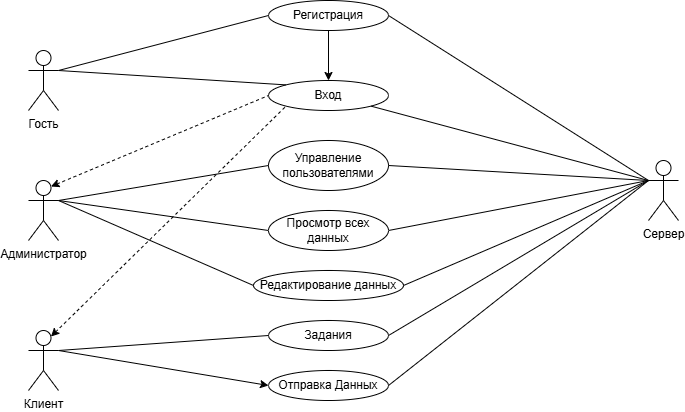
The draw.io diagram UseCase.drawio.png in anasteish6a/Cipher, before a commit. Source tidied: cells renumbered, new cells last; positions are measured from the earlier drawing's top-left corner, leaving out a move shared by most shapes. Source of this version:
```xml
<mxGraphModel>
  <root>
    <mxCell id="0" />
    <mxCell id="1" parent="0" />
    <mxCell id="2" value="Гость" style="shape=umlActor;verticalLabelPosition=bottom;verticalAlign=top;html=1;outlineConnect=0;" parent="1" vertex="1">
      <mxGeometry y="50" width="30" height="60" as="geometry" />
    </mxCell>
    <mxCell id="3" value="Администратор" style="shape=umlActor;verticalLabelPosition=bottom;verticalAlign=top;html=1;outlineConnect=0;" parent="1" vertex="1">
      <mxGeometry y="180" width="30" height="60" as="geometry" />
    </mxCell>
    <mxCell id="4" value="Сервер" style="shape=umlActor;verticalLabelPosition=bottom;verticalAlign=top;html=1;outlineConnect=0;" parent="1" vertex="1">
      <mxGeometry x="620" y="160" width="30" height="60" as="geometry" />
    </mxCell>
    <mxCell id="5" value="Регистрация" style="ellipse;whiteSpace=wrap;html=1;" parent="1" vertex="1">
      <mxGeometry x="240" width="120" height="30" as="geometry" />
    </mxCell>
    <mxCell id="6" value="Отправка Данных" style="ellipse;whiteSpace=wrap;html=1;" parent="1" vertex="1">
      <mxGeometry x="240" y="370" width="120" height="30" as="geometry" />
    </mxCell>
    <mxCell id="7" value="Задания" style="ellipse;whiteSpace=wrap;html=1;" parent="1" vertex="1">
      <mxGeometry x="240" y="320" width="120" height="30" as="geometry" />
    </mxCell>
    <mxCell id="8" value="Редактирование данных" style="ellipse;whiteSpace=wrap;html=1;" parent="1" vertex="1">
      <mxGeometry x="225" y="270" width="150" height="30" as="geometry" />
    </mxCell>
    <mxCell id="9" value="Управление пользователями" style="ellipse;whiteSpace=wrap;html=1;" parent="1" vertex="1">
      <mxGeometry x="240" y="140" width="120" height="50" as="geometry" />
    </mxCell>
    <mxCell id="10" value="Просмотр всех данных" style="ellipse;whiteSpace=wrap;html=1;" parent="1" vertex="1">
      <mxGeometry x="240" y="210" width="120" height="40" as="geometry" />
    </mxCell>
    <mxCell id="11" style="endArrow=none;html=1;rounded=0;exitX=1;exitY=0.3333333333333333;exitDx=0;exitDy=0;exitPerimeter=0;entryX=0;entryY=0.5;entryDx=0;entryDy=0;" parent="1" edge="1" source="2" target="5">
      <mxGeometry relative="1" as="geometry" />
    </mxCell>
    <mxCell id="12" value="Вход" style="ellipse;whiteSpace=wrap;html=1;" parent="1" vertex="1">
      <mxGeometry x="240" y="80" width="120" height="30" as="geometry" />
    </mxCell>
    <mxCell id="13" value="Клиент" style="shape=umlActor;verticalLabelPosition=bottom;verticalAlign=top;html=1;outlineConnect=0;" parent="1" vertex="1">
      <mxGeometry y="330" width="30" height="60" as="geometry" />
    </mxCell>
    <mxCell id="14" style="endArrow=classic;html=1;rounded=0;exitX=0.5;exitY=1;exitDx=0;exitDy=0;entryX=0.5;entryY=0;entryDx=0;entryDy=0;" parent="1" edge="1" source="5" target="12">
      <mxGeometry relative="1" as="geometry" />
    </mxCell>
    <mxCell id="15" style="endArrow=none;html=1;rounded=0;entryX=1;entryY=0.5;entryDx=0;entryDy=0;exitX=0;exitY=0.3333333333333333;exitDx=0;exitDy=0;exitPerimeter=0;" parent="1" edge="1" source="4" target="5">
      <mxGeometry relative="1" as="geometry" />
    </mxCell>
    <mxCell id="16" style="endArrow=none;html=1;rounded=0;entryX=1;entryY=1;entryDx=0;entryDy=0;" parent="1" edge="1" target="12">
      <mxGeometry relative="1" as="geometry">
        <mxPoint x="620" y="180" as="sourcePoint" />
      </mxGeometry>
    </mxCell>
    <mxCell id="17" style="endArrow=none;html=1;rounded=0;entryX=1;entryY=0.5;entryDx=0;entryDy=0;" parent="1" edge="1" target="9">
      <mxGeometry relative="1" as="geometry">
        <mxPoint x="620" y="180" as="sourcePoint" />
      </mxGeometry>
    </mxCell>
    <mxCell id="18" style="endArrow=none;html=1;rounded=0;entryX=1;entryY=0.5;entryDx=0;entryDy=0;" parent="1" edge="1" target="10">
      <mxGeometry relative="1" as="geometry">
        <mxPoint x="620" y="180" as="sourcePoint" />
      </mxGeometry>
    </mxCell>
    <mxCell id="19" style="endArrow=none;html=1;rounded=0;entryX=1;entryY=0.5;entryDx=0;entryDy=0;exitX=0;exitY=0.3333333333333333;exitDx=0;exitDy=0;exitPerimeter=0;" parent="1" edge="1" source="4" target="8">
      <mxGeometry relative="1" as="geometry" />
    </mxCell>
    <mxCell id="20" style="endArrow=none;html=1;rounded=0;exitX=1;exitY=0.5;exitDx=0;exitDy=0;" parent="1" edge="1" source="7">
      <mxGeometry relative="1" as="geometry">
        <mxPoint x="620" y="180" as="targetPoint" />
      </mxGeometry>
    </mxCell>
    <mxCell id="21" style="endArrow=none;html=1;rounded=0;exitX=1;exitY=0.5;exitDx=0;exitDy=0;entryX=0;entryY=0.3333333333333333;entryDx=0;entryDy=0;entryPerimeter=0;" parent="1" edge="1" source="6" target="4">
      <mxGeometry relative="1" as="geometry" />
    </mxCell>
    <mxCell id="22" style="endArrow=none;html=1;rounded=0;entryX=0;entryY=0.5;entryDx=0;entryDy=0;" parent="1" edge="1" target="7">
      <mxGeometry relative="1" as="geometry">
        <mxPoint x="30" y="350" as="sourcePoint" />
      </mxGeometry>
    </mxCell>
    <mxCell id="23" style="endArrow=none;html=1;rounded=0;entryX=0;entryY=0.5;entryDx=0;entryDy=0;" parent="1" edge="1" target="9">
      <mxGeometry relative="1" as="geometry">
        <mxPoint x="30" y="200" as="sourcePoint" />
      </mxGeometry>
    </mxCell>
    <mxCell id="24" style="endArrow=none;html=1;rounded=0;entryX=1;entryY=0.3333333333333333;entryDx=0;entryDy=0;entryPerimeter=0;exitX=0;exitY=0;exitDx=0;exitDy=0;" parent="1" edge="1" source="12" target="2">
      <mxGeometry relative="1" as="geometry" />
    </mxCell>
    <mxCell id="25" style="endArrow=none;html=1;rounded=0;entryX=0;entryY=0.5;entryDx=0;entryDy=0;dashed=1;startArrow=classic;startFill=1;exitX=0.75;exitY=0.1;exitDx=0;exitDy=0;exitPerimeter=0;" parent="1" edge="1" source="3" target="12">
      <mxGeometry relative="1" as="geometry" />
    </mxCell>
    <mxCell id="26" style="endArrow=none;dashed=1;html=1;strokeWidth=1;rounded=0;entryX=0;entryY=1;entryDx=0;entryDy=0;exitX=0.75;exitY=0.1;exitDx=0;exitDy=0;exitPerimeter=0;startArrow=classic;startFill=1;" parent="1" edge="1" source="13" target="12">
      <mxGeometry relative="1" as="geometry" />
    </mxCell>
    <mxCell id="27" style="endArrow=none;html=1;rounded=0;entryX=0;entryY=0.5;entryDx=0;entryDy=0;" parent="1" edge="1" target="8">
      <mxGeometry relative="1" as="geometry">
        <mxPoint x="30" y="200" as="sourcePoint" />
      </mxGeometry>
    </mxCell>
    <mxCell id="28" style="endArrow=none;html=1;rounded=0;entryX=1;entryY=0.3333333333333333;entryDx=0;entryDy=0;entryPerimeter=0;exitX=0;exitY=0.5;exitDx=0;exitDy=0;" parent="1" edge="1" source="10" target="3">
      <mxGeometry relative="1" as="geometry" />
    </mxCell>
    <mxCell id="29" style="endArrow=classic;html=1;rounded=0;exitX=1;exitY=0.3333333333333333;exitDx=0;exitDy=0;exitPerimeter=0;entryX=0;entryY=0.5;entryDx=0;entryDy=0;" parent="1" edge="1" source="13" target="6">
      <mxGeometry relative="1" as="geometry" />
    </mxCell>
  </root>
</mxGraphModel>
```
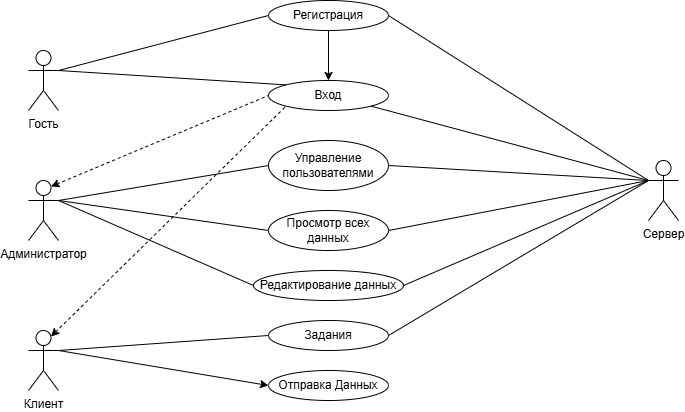
Later version of the same file.

What changed in the source:
```diff
@@ -67,9 +67,6 @@
         <mxPoint x="620" y="180" as="targetPoint" />
       </mxGeometry>
     </mxCell>
-    <mxCell id="21" style="endArrow=none;html=1;rounded=0;exitX=1;exitY=0.5;exitDx=0;exitDy=0;entryX=0;entryY=0.3333333333333333;entryDx=0;entryDy=0;entryPerimeter=0;" parent="1" edge="1" source="6" target="4">
-      <mxGeometry relative="1" as="geometry" />
-    </mxCell>
     <mxCell id="22" style="endArrow=none;html=1;rounded=0;entryX=0;entryY=0.5;entryDx=0;entryDy=0;" parent="1" edge="1" target="7">
       <mxGeometry relative="1" as="geometry">
         <mxPoint x="30" y="350" as="sourcePoint" />
```
